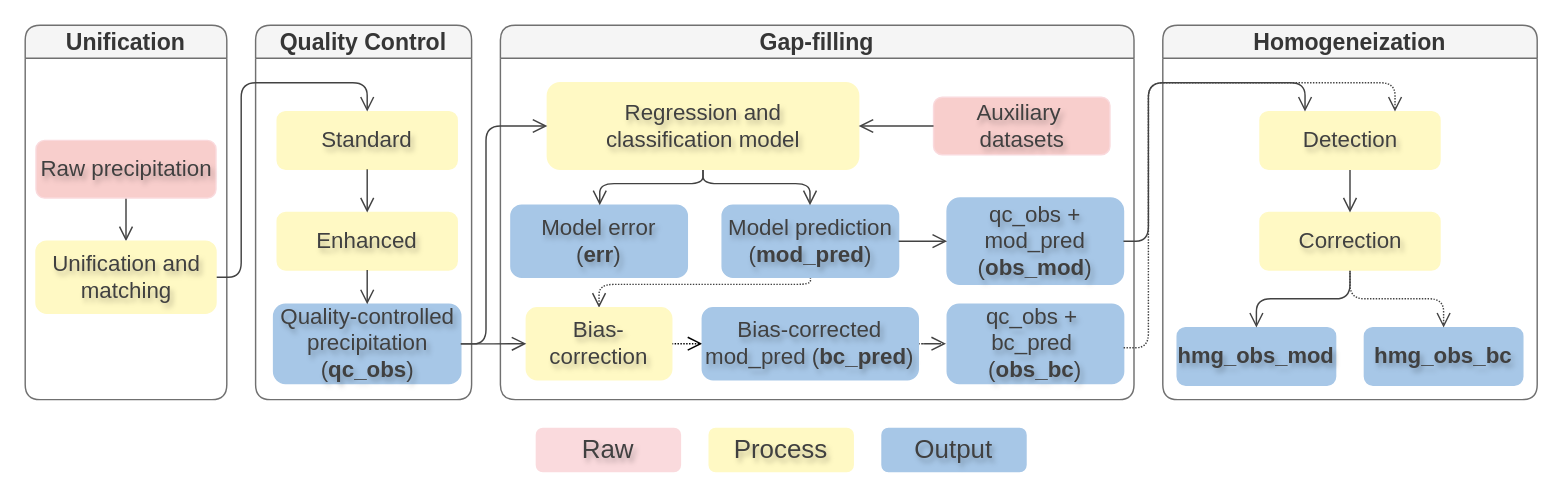
This is obs-prec-sa.drawio from adrHuerta/diagrams, a draw.io file, before an edit. Source tidied: cells renumbered, new cells numbered last; positions are measured from the earlier drawing's top-left corner, leaving out a move shared by most shapes. Both pictures are drawn from the tidied source at 144%, with x=0, y=0 at pixel (24, 24).
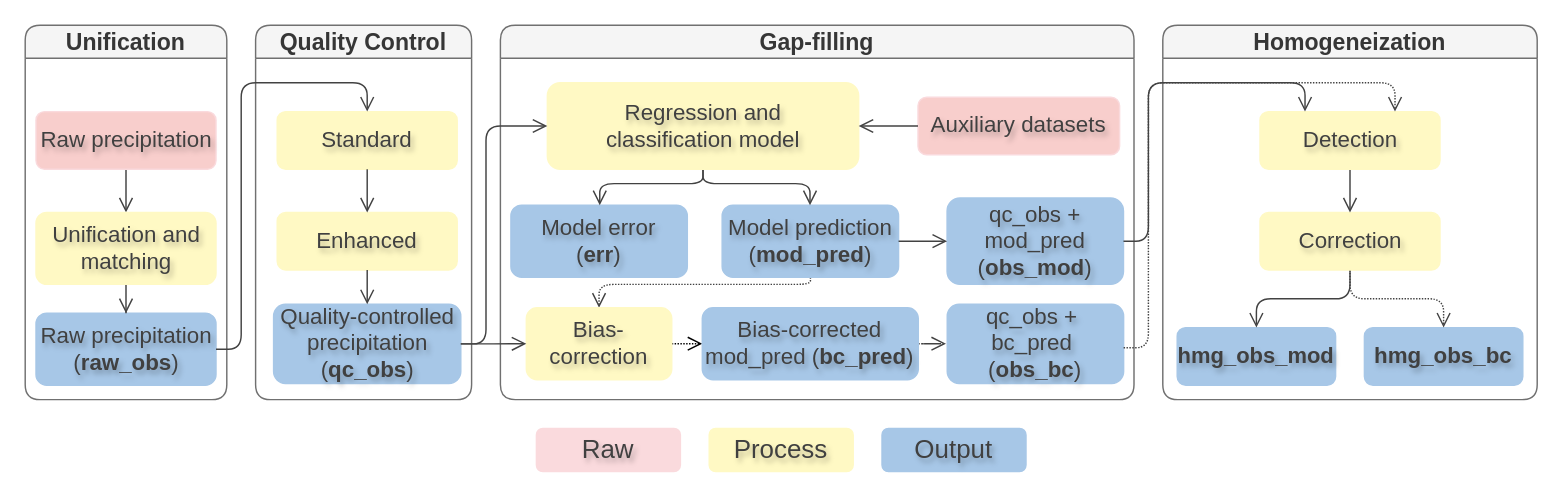
The same page after the edit.

Unchanged cells that the change refers to:
```xml
<mxCell id="2" value="&lt;font style=&quot;font-size: 16px;&quot;&gt;Gap-filling&lt;/font&gt;" style="swimlane;whiteSpace=wrap;html=1;labelBackgroundColor=none;rounded=1;fillColor=#f5f5f5;strokeColor=#707070;fontColor=#363636;fontSize=16;" parent="1" vertex="1">
  <mxGeometry x="330" width="440" height="260" as="geometry" />
</mxCell>
<mxCell id="26" value="&lt;font style=&quot;font-size: 16px;&quot;&gt;Unification&lt;/font&gt;" style="swimlane;whiteSpace=wrap;html=1;labelBackgroundColor=none;rounded=1;fillColor=#f5f5f5;strokeColor=#707070;fontColor=#363636;fontSize=16;" parent="1" vertex="1">
  <mxGeometry width="140" height="260" as="geometry" />
</mxCell>
<mxCell id="29" value="&lt;font style=&quot;font-size: 15.5px;&quot;&gt;Standard&lt;/font&gt;" style="rounded=1;whiteSpace=wrap;html=1;labelBackgroundColor=none;fillColor=#FFF9C4;strokeColor=#FFF9C4;fontSize=15.5;fontColor=#404040;textShadow=1;labelBorderColor=none;" parent="27" vertex="1">
  <mxGeometry x="15" y="60" width="125" height="40" as="geometry" />
</mxCell>
```

The edit, as a diff of the source:
```diff
@@
-    <mxCell id="10" value="&lt;span style=&quot;font-size: 15.5px;&quot;&gt;Auxiliary&amp;nbsp;&lt;/span&gt;&lt;div style=&quot;font-size: 15.5px;&quot;&gt;&lt;span style=&quot;font-size: 15.5px;&quot;&gt;datasets&lt;/span&gt;&lt;/div&gt;" style="rounded=1;whiteSpace=wrap;html=1;labelBackgroundColor=none;fontSize=15.5;fillColor=#f8cecc;strokeColor=#FADADD;fontColor=#404040;textShadow=1;labelBorderColor=none;" parent="2" vertex="1">
-      <mxGeometry x="300.8" y="50" width="122.5" height="40" as="geometry" />
+    <mxCell id="10" value="&lt;span style=&quot;font-size: 15.5px;&quot;&gt;Auxiliary&amp;nbsp;&lt;/span&gt;&lt;span style=&quot;font-size: 15.5px; background-color: initial;&quot;&gt;datasets&lt;br&gt;&lt;/span&gt;" style="rounded=1;whiteSpace=wrap;html=1;labelBackgroundColor=none;fontSize=15.5;fillColor=#f8cecc;strokeColor=#FADADD;fontColor=#404040;textShadow=1;labelBorderColor=none;" parent="2" vertex="1">
+      <mxGeometry x="290" y="50" width="140" height="40" as="geometry" />
     </mxCell>
@@
+    <mxCell id="36" value="&lt;font style=&quot;font-size: 15.5px;&quot;&gt;Raw precipitation (&lt;b&gt;raw_obs&lt;/b&gt;)&lt;/font&gt;" style="rounded=1;whiteSpace=wrap;html=1;labelBackgroundColor=none;fillColor=#A7C7E7;strokeColor=#A7C7E7;fontSize=15.5;fontColor=#404040;textShadow=1;labelBorderColor=none;" parent="26" vertex="1">
+      <mxGeometry x="7.5" y="200" width="125" height="50" as="geometry" />
+    </mxCell>
+    <mxCell id="44" style="edgeStyle=orthogonalEdgeStyle;rounded=0;jettySize=auto;html=1;entryX=0.5;entryY=0;entryDx=0;entryDy=0;endSize=8;endArrow=open;endFill=0;strokeColor=#424242;" parent="26" edge="1" source="34" target="46">
+      <mxGeometry relative="1" as="geometry" />
+    </mxCell>
+    <mxCell id="34" value="&lt;font style=&quot;font-size: 15.5px;&quot;&gt;Raw precipitation&lt;/font&gt;" style="rounded=1;whiteSpace=wrap;html=1;labelBackgroundColor=none;fontSize=15.5;fillColor=#f8cecc;strokeColor=#FADADD;fontColor=#404040;textShadow=1;labelBorderColor=none;" parent="26" vertex="1">
+      <mxGeometry x="7.5" y="60" width="125" height="40" as="geometry" />
+    </mxCell>
+    <mxCell id="45" style="edgeStyle=orthogonalEdgeStyle;rounded=0;jettySize=auto;html=1;entryX=0.5;entryY=0;entryDx=0;entryDy=0;strokeColor=#424242;endSize=8;endArrow=open;endFill=0;" parent="26" edge="1" source="46" target="36">
+      <mxGeometry relative="1" as="geometry" />
+    </mxCell>
+    <mxCell id="46" value="&lt;font style=&quot;font-size: 15.5px;&quot;&gt;Unification and matching&lt;/font&gt;" style="rounded=1;whiteSpace=wrap;html=1;labelBackgroundColor=none;fillColor=#FFF9C4;strokeColor=#FFF9C4;fontSize=15.5;fontColor=#404040;textShadow=1;labelBorderColor=none;" parent="26" vertex="1">
+      <mxGeometry x="7.5" y="130" width="125" height="50" as="geometry" />
+    </mxCell>
@@
-    <mxCell id="33" style="edgeStyle=orthogonalEdgeStyle;rounded=0;jettySize=auto;html=1;labelBackgroundColor=none;fontColor=#545454;fontSize=15.5;strokeColor=#424242;textShadow=1;labelBorderColor=none;endSize=8;endArrow=open;endFill=0;" parent="1" edge="1" source="34" target="36">
-      <mxGeometry relative="1" as="geometry" />
-    </mxCell>
-    <mxCell id="34" value="&lt;font style=&quot;font-size: 15.5px;&quot;&gt;Raw precipitation&lt;/font&gt;" style="rounded=1;whiteSpace=wrap;html=1;labelBackgroundColor=none;fontSize=15.5;fillColor=#f8cecc;strokeColor=#FADADD;fontColor=#404040;textShadow=1;labelBorderColor=none;" parent="1" vertex="1">
-      <mxGeometry x="7.5" y="80" width="125" height="40" as="geometry" />
-    </mxCell>
     <mxCell id="35" style="edgeStyle=orthogonalEdgeStyle;rounded=1;jettySize=auto;html=1;entryX=0.5;entryY=0;entryDx=0;entryDy=0;fontSize=15.5;fontColor=#545454;strokeColor=#424242;textShadow=1;labelBorderColor=none;labelBackgroundColor=none;endArrow=open;endFill=0;endSize=8;curved=0;" parent="1" edge="1" source="36" target="29">
       <mxGeometry relative="1" as="geometry">
         <Array as="points">
-          <mxPoint x="150" y="175" />
+          <mxPoint x="150" y="225" />
           <mxPoint x="150" y="40" />
           <mxPoint x="238" y="40" />
         </Array>
       </mxGeometry>
     </mxCell>
-    <mxCell id="36" value="&lt;font style=&quot;font-size: 15.5px;&quot;&gt;Unification and matching&lt;/font&gt;" style="rounded=1;whiteSpace=wrap;html=1;labelBackgroundColor=none;fillColor=#FFF9C4;strokeColor=#FFF9C4;fontSize=15.5;fontColor=#404040;textShadow=1;labelBorderColor=none;" parent="1" vertex="1">
-      <mxGeometry x="7.5" y="150" width="125" height="50" as="geometry" />
-    </mxCell>
```
